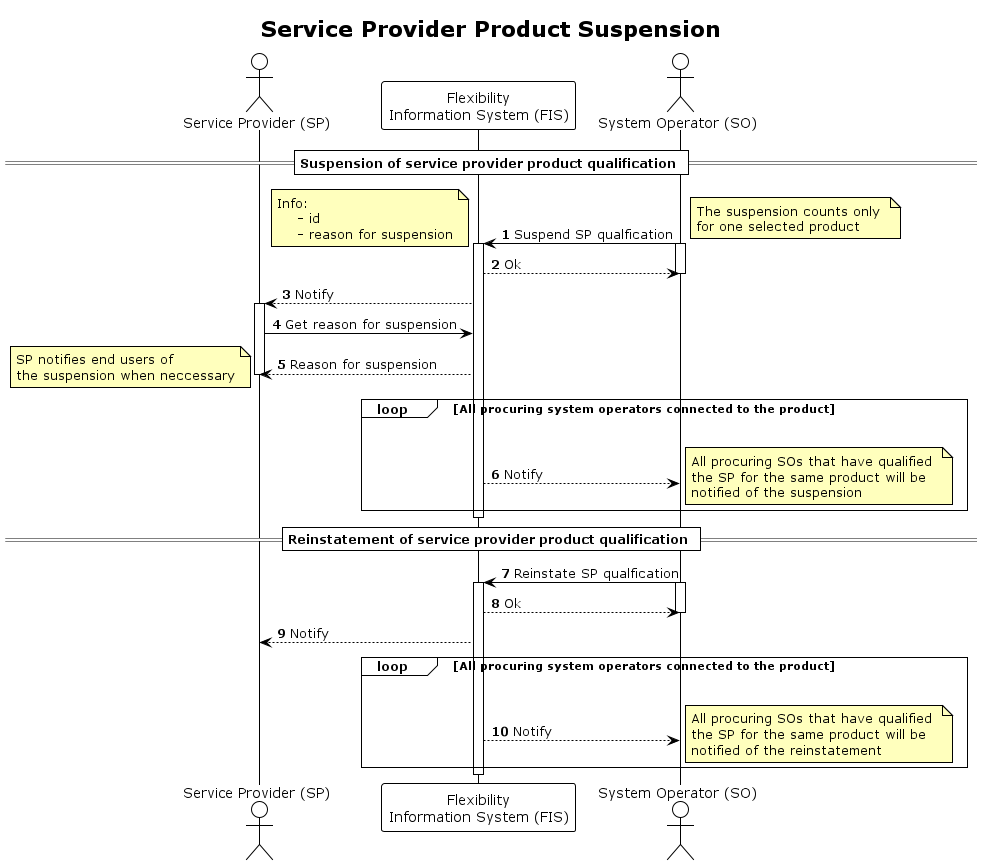
Before: docs/diagrams/service_provider_product_suspension.png, a diagram exported from PlantUML (elhub/flex-information-system).
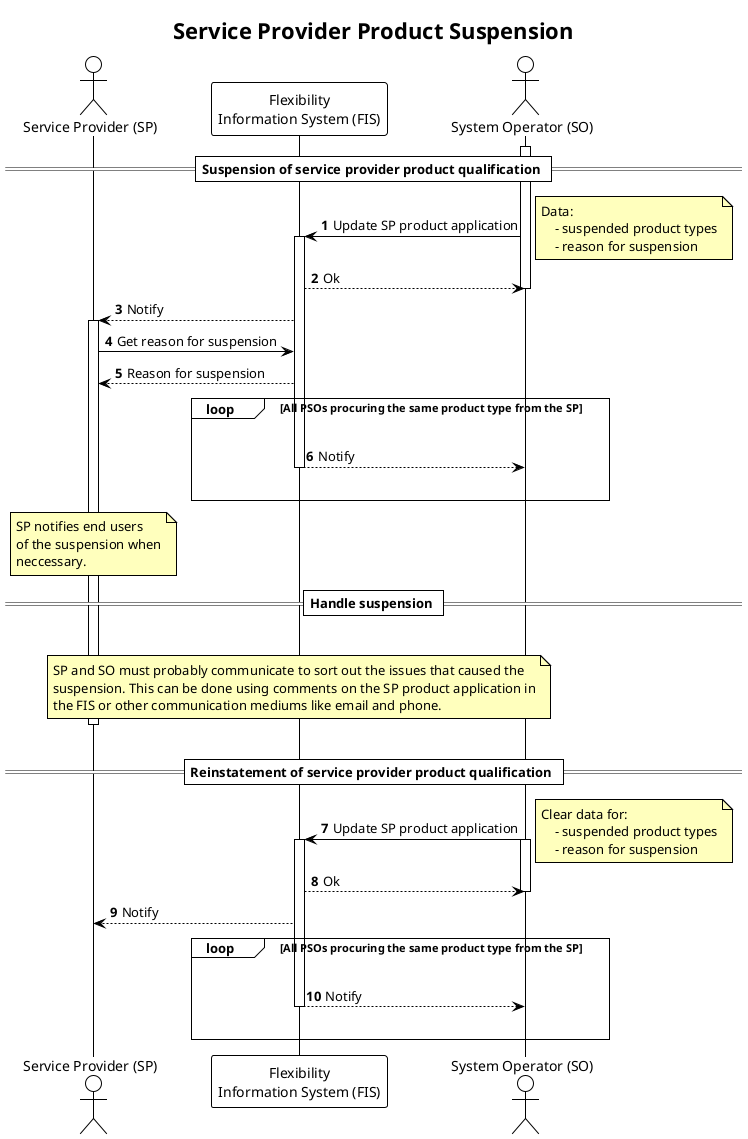
The same diagram one commit later.

Change to the diagram source:
```diff
@@ -15,17 +15,12 @@
 
 == Suspension of service provider product qualification ==
 
-SO -> FIS: Suspend SP qualfication
 activate SO
+SO -> FIS: Update SP product application
 
 note right
-     The suspension counts only
-     for one selected product
-end note
-
-note left
-    Info:
-        - id
+    Data:
+        - suspended product types
         - reason for suspension
 end note
 
@@ -37,44 +32,51 @@
 activate SP
 SP -> FIS: Get reason for suspension
 FIS --> SP: Reason for suspension
-deactivate SP
-note left
-    SP notifies end users of
-    the suspension when neccessary
+
+loop All PSOs procuring the same product type from the SP
+    |||
+    FIS --> SO: Notify
+    deactivate FIS
+    |||
+end
+
+note over SP
+    SP notifies end users
+    of the suspension when
+    neccessary.
 end note
 
-loop All procuring system operators connected to the product
-    |||
-    FIS --> SO: Notify
-    note right
-        All procuring SOs that have qualified
-        the SP for the same product will be
-        notified of the suspension
-    end note
-end
+== Handle suspension ==
+|||
+note over FIS
+    SP and SO must probably communicate to sort out the issues that caused the
+    suspension. This can be done using comments on the SP product application in
+    the FIS or other communication mediums like email and phone.
+end note
+deactivate SP
+|||
+== Reinstatement of service provider product qualification ==
 
-deactivate FIS
+SO -> FIS: Update SP product application
+activate SO
+note right
+    Clear data for:
+        - suspended product types
+        - reason for suspension
+end note
 
-
-== Reinstatement of service provider product qualification ==
-SO -> FIS: Reinstate SP qualfication
-activate SO
 activate FIS
 FIS --> SO: Ok
 deactivate SO
 FIS --> SP: Notify
 
-loop All procuring system operators connected to the product
+loop All PSOs procuring the same product type from the SP
     |||
     FIS --> SO: Notify
-    note right
-        All procuring SOs that have qualified
-        the SP for the same product will be
-        notified of the reinstatement
-    end note
+    deactivate FIS
+    |||
 end
 
-deactivate FIS
 
 
 
```
